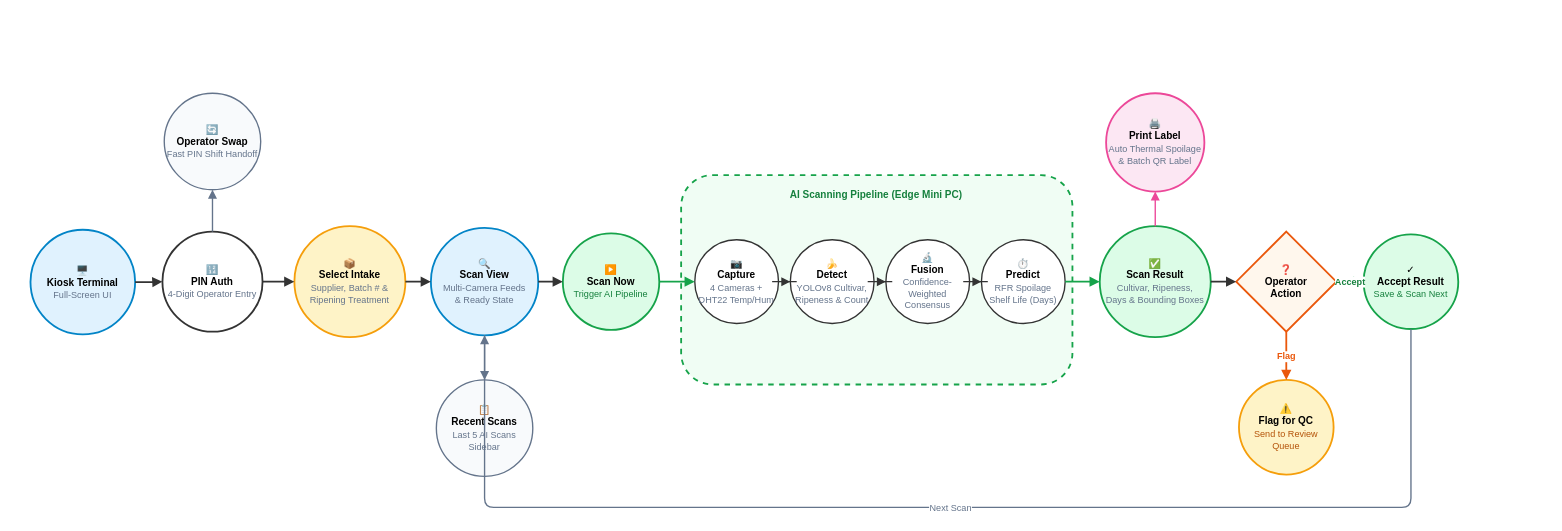
Before: docs/bananavision-docs/docs/workflows/workflow_kiosk.drawio in BlackShark404/BananaVision, a draw.io diagram. Source tidied: cells renumbered, new cells numbered last; positions are measured from the earlier drawing's top-left corner, leaving out a move shared by most shapes. Both pictures are drawn from the tidied source at 91%, with x=0, y=0 at pixel (30, 93).
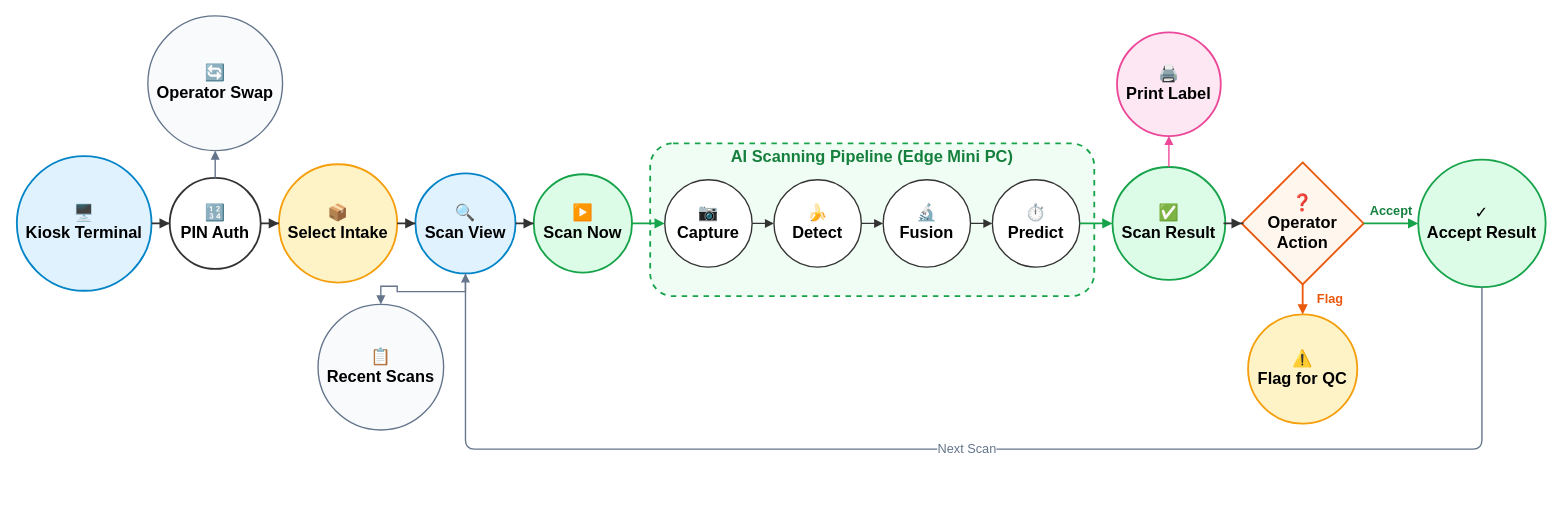
The same diagram, later.

Commit message (it also covers changes not shown here):
refactor: update workflow diagram layouts and font sizes

The edit, as a diff of the source:
```diff
@@
-    <mxCell id="2" value="🖥️&lt;br&gt;&lt;b&gt;Kiosk Terminal&lt;/b&gt;&lt;br&gt;&lt;font color=&quot;#64748b&quot; style=&quot;font-size: 10px;&quot;&gt;Full-Screen UI&lt;/font&gt;" style="ellipse;whiteSpace=wrap;html=1;fillColor=#e0f2fe;strokeColor=#0284c7;strokeWidth=2;fontSize=11;spacing=2;" parent="1" vertex="1">
-      <mxGeometry y="150" width="115" height="115" as="geometry" />
+    <mxCell id="2" value="🖥️&lt;br&gt;&lt;b&gt;Kiosk Terminal&lt;/b&gt;" style="ellipse;whiteSpace=wrap;html=1;fillColor=#e0f2fe;strokeColor=#0284c7;strokeWidth=2;fontSize=18;spacing=2;" parent="1" vertex="1">
+      <mxGeometry x="-15" y="69" width="148" height="148" as="geometry" />
     </mxCell>
-    <mxCell id="3" value="🔢&lt;br&gt;&lt;b&gt;PIN Auth&lt;/b&gt;&lt;br&gt;&lt;font color=&quot;#64748b&quot; style=&quot;font-size: 10px;&quot;&gt;4-Digit Operator Entry&lt;/font&gt;" style="ellipse;whiteSpace=wrap;html=1;fillColor=#ffffff;strokeColor=#333333;strokeWidth=2;fontSize=11;spacing=2;" parent="1" vertex="1">
-      <mxGeometry x="145" y="152" width="110" height="110" as="geometry" />
+    <mxCell id="3" value="🔢&lt;br&gt;&lt;b&gt;PIN Auth&lt;/b&gt;" style="ellipse;whiteSpace=wrap;html=1;fillColor=#ffffff;strokeColor=#333333;strokeWidth=2;fontSize=18;spacing=2;" parent="1" vertex="1">
+      <mxGeometry x="153" y="93" width="100" height="100" as="geometry" />
     </mxCell>
-    <mxCell id="4" value="🔄&lt;br&gt;&lt;b&gt;Operator Swap&lt;/b&gt;&lt;br&gt;&lt;font color=&quot;#64748b&quot; style=&quot;font-size: 10px;&quot;&gt;Fast PIN Shift Handoff&lt;/font&gt;" style="ellipse;whiteSpace=wrap;html=1;fillColor=#f8fafc;strokeColor=#64748b;strokeWidth=1.5;strokeDasharray=4 4;fontSize=11;spacing=2;" parent="1" vertex="1">
-      <mxGeometry x="147" width="106" height="106" as="geometry" />
+    <mxCell id="4" value="🔄&lt;br&gt;&lt;b&gt;Operator Swap&lt;/b&gt;" style="ellipse;whiteSpace=wrap;html=1;fillColor=#f8fafc;strokeColor=#64748b;strokeWidth=1.5;strokeDasharray=4 4;fontSize=18;spacing=2;" parent="1" vertex="1">
+      <mxGeometry x="129" y="-85" width="148" height="148" as="geometry" />
     </mxCell>
-    <mxCell id="5" value="📦&lt;br&gt;&lt;b&gt;Select Intake&lt;/b&gt;&lt;br&gt;&lt;font color=&quot;#64748b&quot; style=&quot;font-size: 10px;&quot;&gt;Supplier, Batch # &amp;amp;&lt;br&gt;Ripening Treatment&lt;/font&gt;" style="ellipse;whiteSpace=wrap;html=1;fillColor=#fef3c7;strokeColor=#f59e0b;strokeWidth=2;fontSize=11;spacing=3;" parent="1" vertex="1">
-      <mxGeometry x="290" y="146" width="122" height="122" as="geometry" />
+    <mxCell id="5" value="📦&lt;br&gt;&lt;b&gt;Select Intake&lt;/b&gt;" style="ellipse;whiteSpace=wrap;html=1;fillColor=#fef3c7;strokeColor=#f59e0b;strokeWidth=2;fontSize=18;spacing=3;" parent="1" vertex="1">
+      <mxGeometry x="273" y="78" width="130" height="130" as="geometry" />
     </mxCell>
-    <mxCell id="6" value="🔍&lt;br&gt;&lt;b&gt;Scan View&lt;/b&gt;&lt;br&gt;&lt;font color=&quot;#64748b&quot; style=&quot;font-size: 10px;&quot;&gt;Multi-Camera Feeds&lt;br&gt;&amp;amp; Ready State&lt;/font&gt;" style="ellipse;whiteSpace=wrap;html=1;fillColor=#e0f2fe;strokeColor=#0284c7;strokeWidth=2;fontSize=11;spacing=3;" parent="1" vertex="1">
-      <mxGeometry x="440" y="148" width="118" height="118" as="geometry" />
+    <mxCell id="6" value="🔍&lt;br&gt;&lt;b&gt;Scan View&lt;/b&gt;" style="ellipse;whiteSpace=wrap;html=1;fillColor=#e0f2fe;strokeColor=#0284c7;strokeWidth=2;fontSize=18;spacing=3;" parent="1" vertex="1">
+      <mxGeometry x="423" y="88" width="110" height="110" as="geometry" />
     </mxCell>
-    <mxCell id="7" value="📋&lt;br&gt;&lt;b&gt;Recent Scans&lt;/b&gt;&lt;br&gt;&lt;font color=&quot;#64748b&quot; style=&quot;font-size: 10px;&quot;&gt;Last 5 AI Scans Sidebar&lt;/font&gt;" style="ellipse;whiteSpace=wrap;html=1;fillColor=#f8fafc;strokeColor=#64748b;strokeWidth=1.5;strokeDasharray=4 4;fontSize=11;spacing=2;" parent="1" vertex="1">
-      <mxGeometry x="446" y="315" width="106" height="106" as="geometry" />
+    <mxCell id="7" value="📋&lt;br&gt;&lt;b&gt;Recent Scans&lt;/b&gt;" style="ellipse;whiteSpace=wrap;html=1;fillColor=#f8fafc;strokeColor=#64748b;strokeWidth=1.5;strokeDasharray=4 4;fontSize=18;spacing=2;" parent="1" vertex="1">
+      <mxGeometry x="316" y="232" width="138" height="138" as="geometry" />
     </mxCell>
-    <mxCell id="8" value="▶️&lt;br&gt;&lt;b&gt;Scan Now&lt;/b&gt;&lt;br&gt;&lt;font color=&quot;#15803d&quot; style=&quot;font-size: 10px;&quot;&gt;Trigger AI Pipeline&lt;/font&gt;" style="ellipse;whiteSpace=wrap;html=1;fillColor=#dcfce7;strokeColor=#16a34a;strokeWidth=2;fontSize=11;spacing=2;" parent="1" vertex="1">
-      <mxGeometry x="585" y="154" width="106" height="106" as="geometry" />
+    <mxCell id="8" value="▶️&lt;br&gt;&lt;b&gt;Scan Now&lt;/b&gt;" style="ellipse;whiteSpace=wrap;html=1;fillColor=#dcfce7;strokeColor=#16a34a;strokeWidth=2;fontSize=18;spacing=2;" parent="1" vertex="1">
+      <mxGeometry x="553" y="89" width="108" height="108" as="geometry" />
     </mxCell>
     <mxCell id="9" style="rounded=1;whiteSpace=wrap;html=1;fillColor=#f0fdf4;strokeColor=#16a34a;strokeWidth=2;dashed=1;" parent="1" vertex="1">
-      <mxGeometry x="715" y="90" width="430" height="230" as="geometry" />
+      <mxGeometry x="681" y="55" width="488" height="168" as="geometry" />
     </mxCell>
-    <mxCell id="10" value="&lt;b&gt;AI Scanning Pipeline (Edge Mini PC)&lt;/b&gt;" style="text;html=1;align=center;verticalAlign=middle;whiteSpace=wrap;rounded=0;fontSize=11;fontColor=#15803d;" parent="1" vertex="1">
-      <mxGeometry x="787" y="102" width="285" height="20" as="geometry" />
+    <mxCell id="10" value="&lt;b&gt;AI Scanning Pipeline (Edge Mini PC)&lt;/b&gt;" style="text;html=1;align=center;verticalAlign=middle;whiteSpace=wrap;rounded=0;fontSize=18;fontColor=#15803d;" parent="1" vertex="1">
+      <mxGeometry x="755" y="59" width="340" height="22" as="geometry" />
     </mxCell>
-    <mxCell id="11" value="📷&lt;br&gt;&lt;b&gt;Capture&lt;/b&gt;&lt;br&gt;&lt;font color=&quot;#64748b&quot; style=&quot;font-size: 10px;&quot;&gt;4 Cameras +&lt;br&gt;DHT22 Temp/Hum&lt;/font&gt;" style="ellipse;whiteSpace=wrap;html=1;fillColor=#ffffff;strokeColor=#333333;strokeWidth=1.5;fontSize=11;spacing=2;" parent="1" vertex="1">
-      <mxGeometry x="730" y="161" width="92" height="92" as="geometry" />
+    <mxCell id="11" value="📷&lt;br&gt;&lt;b&gt;Capture&lt;/b&gt;" style="ellipse;whiteSpace=wrap;html=1;fillColor=#ffffff;strokeColor=#333333;strokeWidth=1.5;fontSize=18;spacing=2;" parent="1" vertex="1">
+      <mxGeometry x="697" y="95" width="96" height="96" as="geometry" />
     </mxCell>
-    <mxCell id="12" value="🍌&lt;br&gt;&lt;b&gt;Detect&lt;/b&gt;&lt;br&gt;&lt;font color=&quot;#64748b&quot; style=&quot;font-size: 10px;&quot;&gt;YOLOv8 Cultivar,&lt;br&gt;Ripeness &amp;amp; Count&lt;/font&gt;" style="ellipse;whiteSpace=wrap;html=1;fillColor=#ffffff;strokeColor=#333333;strokeWidth=1.5;fontSize=11;spacing=2;" parent="1" vertex="1">
-      <mxGeometry x="835" y="161" width="92" height="92" as="geometry" />
+    <mxCell id="12" value="🍌&lt;br&gt;&lt;b&gt;Detect&lt;/b&gt;" style="ellipse;whiteSpace=wrap;html=1;fillColor=#ffffff;strokeColor=#333333;strokeWidth=1.5;fontSize=18;spacing=2;" parent="1" vertex="1">
+      <mxGeometry x="817" y="95" width="96" height="96" as="geometry" />
     </mxCell>
-    <mxCell id="13" value="🔬&lt;br&gt;&lt;b&gt;Fusion&lt;/b&gt;&lt;br&gt;&lt;font color=&quot;#64748b&quot; style=&quot;font-size: 10px;&quot;&gt;Confidence-&lt;br&gt;Weighted Consensus&lt;/font&gt;" style="ellipse;whiteSpace=wrap;html=1;fillColor=#ffffff;strokeColor=#333333;strokeWidth=1.5;fontSize=11;spacing=2;" parent="1" vertex="1">
-      <mxGeometry x="940" y="161" width="92" height="92" as="geometry" />
+    <mxCell id="13" value="🔬&lt;br&gt;&lt;b&gt;Fusion&lt;/b&gt;" style="ellipse;whiteSpace=wrap;html=1;fillColor=#ffffff;strokeColor=#333333;strokeWidth=1.5;fontSize=18;spacing=2;" parent="1" vertex="1">
+      <mxGeometry x="937" y="95" width="96" height="96" as="geometry" />
     </mxCell>
-    <mxCell id="14" value="⏱️&lt;br&gt;&lt;b&gt;Predict&lt;/b&gt;&lt;br&gt;&lt;font color=&quot;#64748b&quot; style=&quot;font-size: 10px;&quot;&gt;RFR Spoilage&lt;br&gt;Shelf Life (Days)&lt;/font&gt;" style="ellipse;whiteSpace=wrap;html=1;fillColor=#ffffff;strokeColor=#333333;strokeWidth=1.5;fontSize=11;spacing=2;" parent="1" vertex="1">
-      <mxGeometry x="1045" y="161" width="92" height="92" as="geometry" />
+    <mxCell id="14" value="⏱️&lt;br&gt;&lt;b&gt;Predict&lt;/b&gt;" style="ellipse;whiteSpace=wrap;html=1;fillColor=#ffffff;strokeColor=#333333;strokeWidth=1.5;fontSize=18;spacing=2;" parent="1" vertex="1">
+      <mxGeometry x="1057" y="95" width="96" height="96" as="geometry" />
     </mxCell>
-    <mxCell id="15" value="✅&lt;br&gt;&lt;b&gt;Scan Result&lt;/b&gt;&lt;br&gt;&lt;font color=&quot;#64748b&quot; style=&quot;font-size: 10px;&quot;&gt;Cultivar, Ripeness,&lt;br&gt;Days &amp;amp; Bounding Boxes&lt;/font&gt;" style="ellipse;whiteSpace=wrap;html=1;fillColor=#dcfce7;strokeColor=#16a34a;strokeWidth=2;fontSize=11;spacing=3;" parent="1" vertex="1">
-      <mxGeometry x="1175" y="146" width="122" height="122" as="geometry" />
+    <mxCell id="15" value="✅&lt;br&gt;&lt;b&gt;Scan Result&lt;/b&gt;" style="ellipse;whiteSpace=wrap;html=1;fillColor=#dcfce7;strokeColor=#16a34a;strokeWidth=2;fontSize=18;spacing=3;" parent="1" vertex="1">
+      <mxGeometry x="1189" y="81" width="124" height="124" as="geometry" />
     </mxCell>
-    <mxCell id="16" value="🖨️&lt;br&gt;&lt;b&gt;Print Label&lt;/b&gt;&lt;br&gt;&lt;font color=&quot;#64748b&quot; style=&quot;font-size: 10px;&quot;&gt;Auto Thermal Spoilage&lt;br&gt;&amp;amp; Batch QR Label&lt;/font&gt;" style="ellipse;whiteSpace=wrap;html=1;fillColor=#fce7f3;strokeColor=#ec4899;strokeWidth=2;fontSize=11;spacing=2;" parent="1" vertex="1">
-      <mxGeometry x="1182" width="108" height="108" as="geometry" />
+    <mxCell id="16" value="🖨️&lt;br&gt;&lt;b&gt;Print Label&lt;/b&gt;" style="ellipse;whiteSpace=wrap;html=1;fillColor=#fce7f3;strokeColor=#ec4899;strokeWidth=2;fontSize=18;spacing=2;" parent="1" vertex="1">
+      <mxGeometry x="1194" y="-67" width="114" height="114" as="geometry" />
     </mxCell>
-    <mxCell id="17" value="❓&lt;br&gt;&lt;b&gt;Operator&lt;br&gt;Action&lt;/b&gt;" style="rhombus;whiteSpace=wrap;html=1;fillColor=#fff7ed;strokeColor=#ea580c;strokeWidth=2;fontSize=11;fontStyle=1;" parent="1" vertex="1">
-      <mxGeometry x="1325" y="152" width="110" height="110" as="geometry" />
+    <mxCell id="17" value="❓&lt;br&gt;&lt;b&gt;Operator&lt;br&gt;Action&lt;/b&gt;" style="rhombus;whiteSpace=wrap;html=1;fillColor=#fff7ed;strokeColor=#ea580c;strokeWidth=2;fontSize=18;fontStyle=1;" parent="1" vertex="1">
+      <mxGeometry x="1331" y="76" width="134" height="134" as="geometry" />
     </mxCell>
-    <mxCell id="18" value="✓&lt;br&gt;&lt;b&gt;Accept Result&lt;/b&gt;&lt;br&gt;&lt;font color=&quot;#15803d&quot; style=&quot;font-size: 10px;&quot;&gt;Save &amp;amp; Scan Next&lt;/font&gt;" style="ellipse;whiteSpace=wrap;html=1;fillColor=#dcfce7;strokeColor=#16a34a;strokeWidth=2;fontSize=11;spacing=2;" parent="1" vertex="1">
-      <mxGeometry x="1465" y="155" width="104" height="104" as="geometry" />
+    <mxCell id="18" value="✓&lt;br&gt;&lt;b&gt;Accept Result&lt;/b&gt;" style="ellipse;whiteSpace=wrap;html=1;fillColor=#dcfce7;strokeColor=#16a34a;strokeWidth=2;fontSize=18;spacing=2;" parent="1" vertex="1">
+      <mxGeometry x="1525" y="73" width="140" height="140" as="geometry" />
     </mxCell>
-    <mxCell id="19" value="⚠️&lt;br&gt;&lt;b&gt;Flag for QC&lt;/b&gt;&lt;br&gt;&lt;font color=&quot;#b45309&quot; style=&quot;font-size: 10px;&quot;&gt;Send to Review Queue&lt;/font&gt;" style="ellipse;whiteSpace=wrap;html=1;fillColor=#fef3c7;strokeColor=#f59e0b;strokeWidth=2;fontSize=11;spacing=2;" parent="1" vertex="1">
-      <mxGeometry x="1328" y="315" width="104" height="104" as="geometry" />
+    <mxCell id="19" value="⚠️&lt;br&gt;&lt;b&gt;Flag for QC&lt;/b&gt;" style="ellipse;whiteSpace=wrap;html=1;fillColor=#fef3c7;strokeColor=#f59e0b;strokeWidth=2;fontSize=18;spacing=2;" parent="1" vertex="1">
+      <mxGeometry x="1338" y="243" width="120" height="120" as="geometry" />
     </mxCell>
@@
-    <mxCell id="33" value="Accept" style="edgeStyle=orthogonalEdgeStyle;rounded=0;jettySize=auto;html=1;strokeWidth=2;strokeColor=#16a34a;endArrow=block;endFill=1;fontSize=10;fontColor=#15803d;fontStyle=1;" parent="1" edge="1" source="17" target="18">
-      <mxGeometry relative="1" as="geometry" />
+    <mxCell id="33" value="Accept" style="edgeStyle=orthogonalEdgeStyle;rounded=0;jettySize=auto;html=1;strokeWidth=2;strokeColor=#16a34a;endArrow=block;endFill=1;fontSize=14;fontColor=#15803d;fontStyle=1;" parent="1" edge="1" source="17" target="18">
+      <mxGeometry relative="1" as="geometry">
+        <mxPoint y="-14" as="offset" />
+      </mxGeometry>
     </mxCell>
-    <mxCell id="34" value="Flag" style="edgeStyle=orthogonalEdgeStyle;rounded=0;jettySize=auto;html=1;strokeWidth=2;strokeColor=#ea580c;endArrow=block;endFill=1;fontSize=10;fontColor=#ea580c;fontStyle=1;" parent="1" edge="1" source="17" target="19">
-      <mxGeometry relative="1" as="geometry" />
+    <mxCell id="34" value="Flag" style="edgeStyle=orthogonalEdgeStyle;rounded=0;jettySize=auto;html=1;strokeWidth=2;strokeColor=#ea580c;endArrow=block;endFill=1;fontSize=14;fontColor=#ea580c;fontStyle=1;" parent="1" edge="1" source="17" target="19">
+      <mxGeometry relative="1" as="geometry">
+        <mxPoint x="30" as="offset" />
+      </mxGeometry>
     </mxCell>
-    <mxCell id="35" value="Next Scan" style="edgeStyle=orthogonalEdgeStyle;rounded=1;jettySize=auto;html=1;strokeWidth=1.5;strokeColor=#64748b;strokeDasharray=4 4;endArrow=block;endFill=1;fontSize=10;fontColor=#64748b;exitX=0.5;exitY=1;exitDx=0;exitDy=0;entryX=0.5;entryY=1;entryDx=0;entryDy=0;" parent="1" edge="1" source="18" target="6">
+    <mxCell id="35" value="Next Scan" style="edgeStyle=orthogonalEdgeStyle;rounded=1;jettySize=auto;html=1;strokeWidth=1.5;strokeColor=#64748b;strokeDasharray=4 4;endArrow=block;endFill=1;fontSize=14;fontColor=#64748b;exitX=0.5;exitY=1;exitDx=0;exitDy=0;entryX=0.5;entryY=1;entryDx=0;entryDy=0;" parent="1" edge="1" source="18" target="6">
       <mxGeometry relative="1" as="geometry">
         <Array as="points">
-          <mxPoint x="1517" y="455" />
-          <mxPoint x="499" y="455" />
+          <mxPoint x="1595" y="391" />
+          <mxPoint x="478" y="391" />
         </Array>
       </mxGeometry>
     </mxCell>
```
